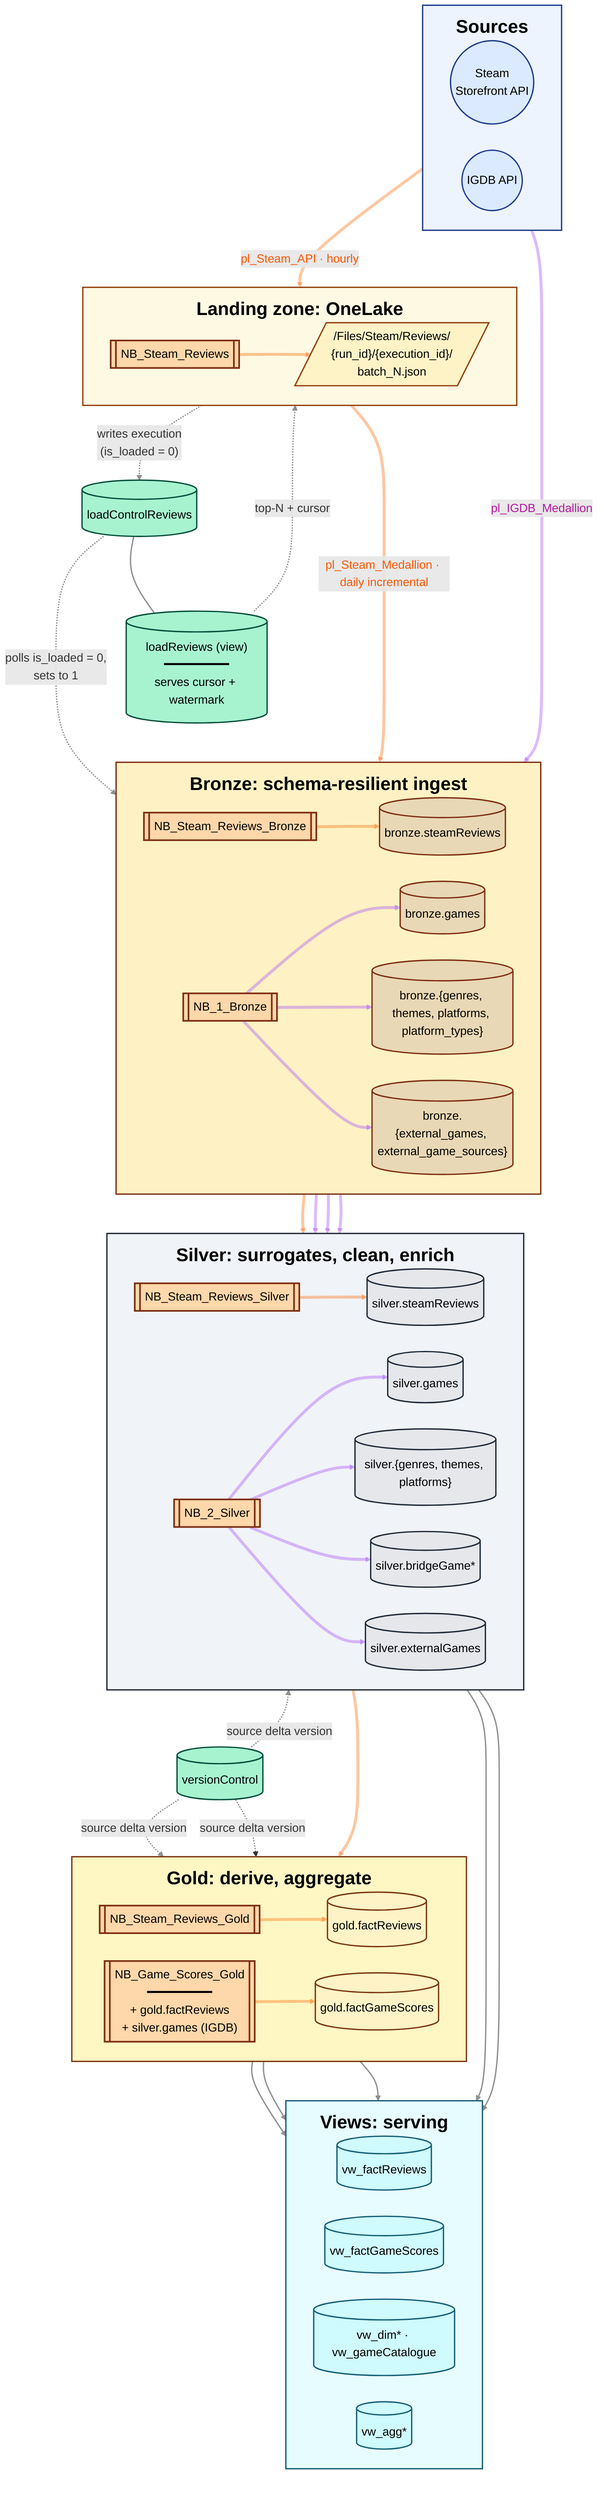
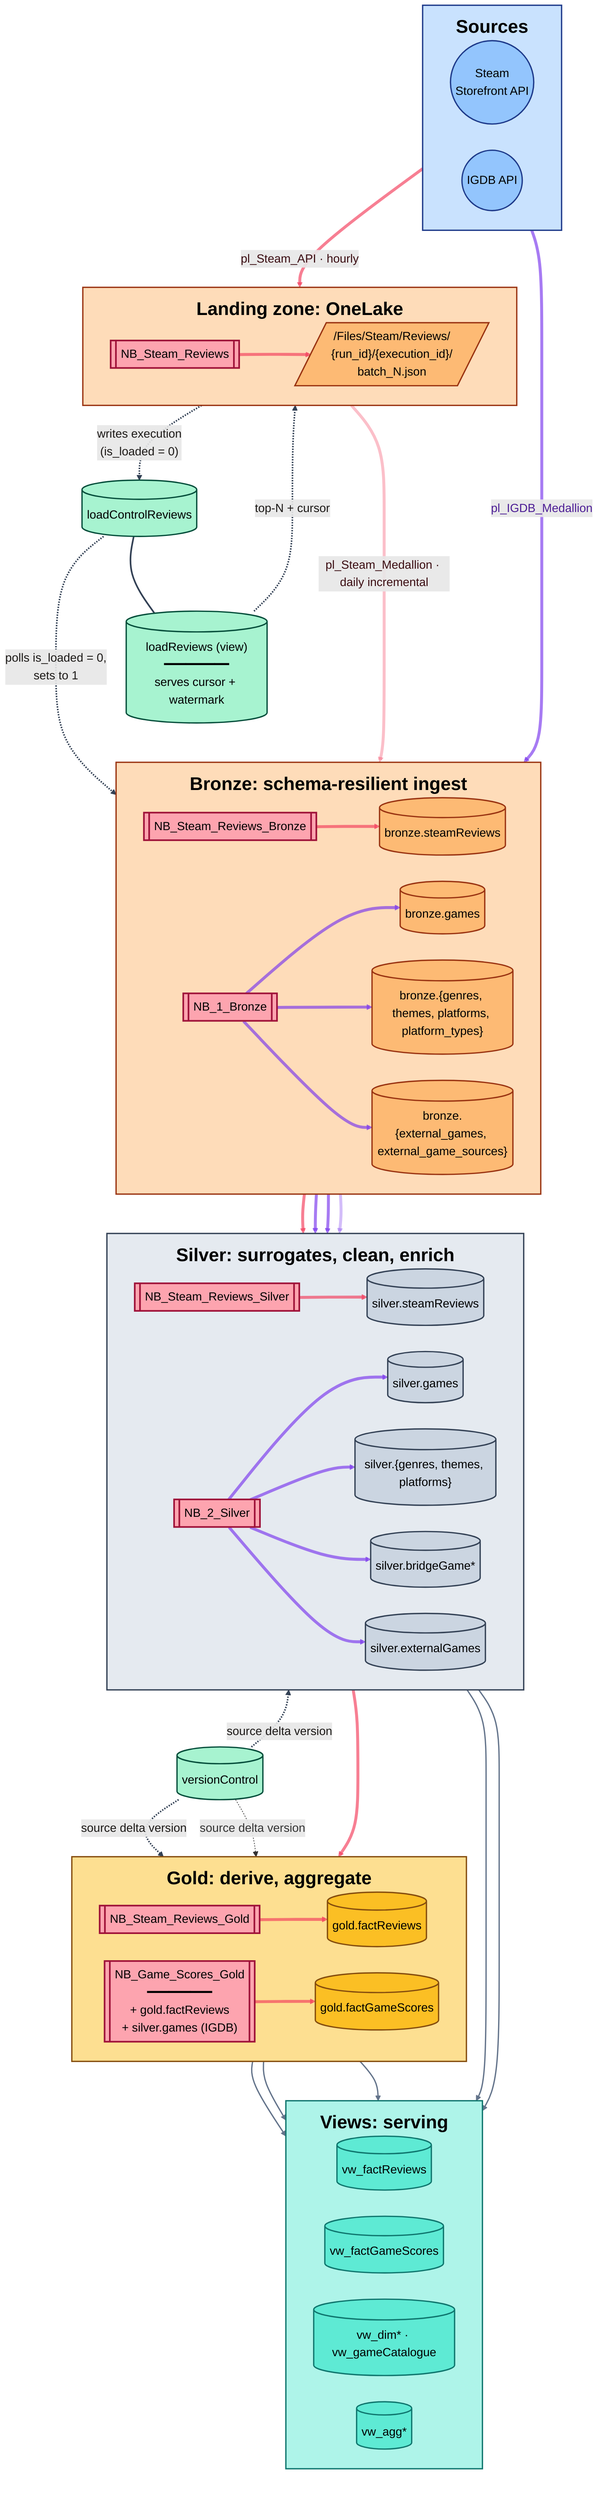
%%{init: {'themeVariables':{'fontSize':'18px'}, 'flowchart':{'curve':'basis', 'nodeSpacing':40, 'rankSpacing':60, 'subGraphTitleMargin':{'top':12,'bottom':12}}}}%%
flowchart TB

  subgraph SRC["<span style='font-size:28px;font-weight:700;color:#000'>Sources</span>"]
    direction LR
    SteamAPI(("Steam<br/>Storefront API"))
    IGDBAPI(("IGDB API"))
  end

  subgraph LAND["<span style='font-size:28px;font-weight:700;color:#000'>Landing zone: OneLake</span>"]
    direction LR
    NB_API[["NB_Steam_Reviews"]]
    LZ[/"/Files/Steam/Reviews/<br/>{run_id}/{execution_id}/<br/>batch_N.json"/]
  end

  subgraph BRZ["<span style='font-size:28px;font-weight:700;color:#000'>Bronze: schema-resilient ingest</span>"]
    direction LR
    NB_BRZ[["NB_Steam_Reviews_Bronze"]]
    NB_IGDB_B[["NB_1_Bronze"]]
    BSR[("bronze.steamReviews")]
    BG[("bronze.games")]
    BGTP[("bronze.{genres, themes, platforms, platform_types}")]
    BEX[("bronze.{external_games, external_game_sources}")]
  end

  subgraph SLV["<span style='font-size:28px;font-weight:700;color:#000'>Silver: surrogates, clean, enrich</span>"]
    direction LR
    NB_SLV[["NB_Steam_Reviews_Silver"]]
    NB_IGDB_S[["NB_2_Silver"]]
    SSR[("silver.steamReviews")]
    SG[("silver.games")]
    SGTP[("silver.{genres, themes, platforms}")]
    SBR[("silver.bridgeGame*")]
    SEX[("silver.externalGames")]
  end

  subgraph GLD["<span style='font-size:28px;font-weight:700;color:#000'>Gold: derive, aggregate</span>"]
    direction LR
    NB_GR[["NB_Steam_Reviews_Gold"]]
    NB_GS[["NB_Game_Scores_Gold<br/>━━━━━━━━━<br/>+ gold.factReviews<br/>+ silver.games (IGDB)"]]
    GFR[("gold.factReviews")]
    GFGS[("gold.factGameScores")]
  end

  subgraph VWS["<span style='font-size:28px;font-weight:700;color:#000'>Views: serving</span>"]
    direction LR
    VFR[("vw_factReviews")]
    VFGS[("vw_factGameScores")]
    VDIM[("vw_dim* · vw_gameCatalogue")]
    VAGG[("vw_agg*")]
  end

  %% Audit warehouse — control plane (floating, off-axis)
  LRV[("loadReviews (view)<br/>━━━━━━━━━<br/>serves cursor + watermark")]
  LCR[("loadControlReviews")]
  VC[("versionControl")]

  SteamAPI ==>|"pl_Steam_API · hourly"| NB_API
  NB_API   ==> LZ

  LZ      ==>|"pl_Steam_Medallion · daily incremental"| NB_BRZ
  NB_BRZ  ==> BSR
  BSR     ==> NB_SLV
  NB_SLV  ==> SSR
  SSR     ==> NB_GR
  NB_GR   ==> GFR
  NB_GS   ==> GFGS

  IGDBAPI   ==>|"pl_IGDB_Medallion"| NB_IGDB_B
  NB_IGDB_B ==> BG
  NB_IGDB_B ==> BGTP
  NB_IGDB_B ==> BEX
  BG        --> NB_IGDB_S
  BGTP      --> NB_IGDB_S
  BEX       --> NB_IGDB_S
  NB_IGDB_S ==> SG
  NB_IGDB_S ==> SGTP
  NB_IGDB_S ==> SBR
  NB_IGDB_S ==> SEX

  GFR  --> VFR
  GFGS --> VFGS
  SG   --> VDIM
  SGTP --> VDIM
  GFGS --> VAGG

  LCR    --- LRV
  LRV    -.->|"top-N + cursor"| NB_API
  NB_API -.->|"writes execution<br/>(is_loaded = 0)"| LCR
  LCR    -.->|"polls is_loaded = 0,<br/>sets to 1"| NB_BRZ
  VC     -.->|"source delta version"| NB_SLV
  VC     -.->|"source delta version"| NB_GR
  VC     -.->|"source delta version"| NB_GS


  LRV ~~~ NB_IGDB_B
  LRV ~~~ LCR
  LCR ~~~ BRZ
  SSR ~~~ VC
  VC ~~~ NB_GS
  SGTP ~~~ NB_GS

-   %% Pipeline color coding (40% opacity so they don't obscure subgraph titles)
-   linkStyle 0,1,2,3,4,5,6,7,8 stroke:#f9731666,stroke-width:4.5px,color:#FF5500
-   linkStyle 9,10,11,12,13,14,15,16,17,18,19 stroke:#a855f766,stroke-width:4.5px,color:#B5179E
-   linkStyle 20,21,22,23,24 stroke:#8e8e93,stroke-width:2px,color:#0284c7
+   %% Pipeline color coding — rose=Steam, violet=IGDB, slate=views + control plane
+   linkStyle 0,1,3,4,5,6,7,8 stroke:#f43f5eaa,stroke-width:4.5px,color:#3b0d12
+   linkStyle 9,10,11,12,13,14,16,17,18,19 stroke:#7c3aedaa,stroke-width:4.5px,color:#4c1d95
+   linkStyle 20,21,22,23,24 stroke:#64748b,stroke-width:2px,color:#1c1917

-   %% Clean, straight style for the audit control plane and VC connections
-   linkStyle 25,26,27,28,29,30 stroke:#8e8e93,stroke-width:2px
+   %% Title-clearance overrides: lower alpha on edges that intersect subgraph titles
+   linkStyle 2 stroke:#f43f5e55,stroke-width:4.5px,color:#3b0d12
+   linkStyle 15 stroke:#7c3aed55,stroke-width:4.5px,color:#4c1d95

-   classDef source     fill:#dbeafe,stroke:#1e3a8a,stroke-width:2px,color:#000
-   classDef landingFile fill:#fef3c7,stroke:#92400e,stroke-width:2px,color:#000
-   classDef bronzeT    fill:#e9d8b5,stroke:#7c2d12,stroke-width:2px,color:#000
-   classDef silverT    fill:#e5e7eb,stroke:#1f2937,stroke-width:2px,color:#000
-   classDef goldT      fill:#fef3c7,stroke:#78350f,stroke-width:2px,color:#000
-   classDef viewT      fill:#cffafe,stroke:#155e75,stroke-width:2px,color:#000
-   classDef notebook   fill:#fed7aa,stroke:#7c2d12,stroke-width:2.5px,color:#000
+   %% Audit control plane + VC connections — deepened for dark-mode visibility against silver subgraph
+   linkStyle 25,26,27,28,29,30 stroke:#334155,stroke-width:2.5px,color:#1c1917
+ 
+   %% Node fills — saturated mid-tone, readable on white AND dark backgrounds
+   classDef source     fill:#93c5fd,stroke:#1e3a8a,stroke-width:2px,color:#000
+   classDef landingFile fill:#fdba74,stroke:#9a3412,stroke-width:2px,color:#000
+   classDef bronzeT    fill:#fdba74,stroke:#9a3412,stroke-width:2px,color:#000
+   classDef silverT    fill:#cbd5e1,stroke:#334155,stroke-width:2px,color:#000
+   classDef goldT      fill:#fbbf24,stroke:#854d0e,stroke-width:2px,color:#000
+   classDef viewT      fill:#5eead4,stroke:#0f766e,stroke-width:2px,color:#000
+   classDef notebook   fill:#fda4af,stroke:#9f1239,stroke-width:2.5px,color:#000
  classDef audit      fill:#a7f3d0,stroke:#064e3b,stroke-width:2px,color:#000

  class SteamAPI,IGDBAPI source
  class LZ landingFile
  class BSR,BG,BGTP,BEX bronzeT
  class SSR,SG,SGTP,SBR,SEX silverT
  class GFR,GFGS goldT
  class VFR,VFGS,VDIM,VAGG viewT
  class NB_API,NB_BRZ,NB_SLV,NB_GR,NB_GS,NB_IGDB_B,NB_IGDB_S notebook
  class LRV,LCR,VC audit

-   %% Subgraph styles — Tailwind 100/200 palette, full opacity, cleaner pastels
-   style SRC  fill:#dbeafe80,stroke:#1e3a8a,stroke-width:2px
-   style LAND fill:#fef3c780,stroke:#92400e,stroke-width:2px
-   style BRZ  fill:#fde68a80,stroke:#7c2d12,stroke-width:2px
-   style SLV  fill:#e2e8f080,stroke:#1f2937,stroke-width:2px
-   style GLD  fill:#fef08a80,stroke:#78350f,stroke-width:2px
-   style VWS  fill:#cffafe80,stroke:#155e75,stroke-width:2px
+   %% Subgraph fills — 50% opacity of the node color
+   style SRC  fill:#93c5fd80,stroke:#1e3a8a,stroke-width:2px
+   style LAND fill:#fdba7480,stroke:#9a3412,stroke-width:2px
+   style BRZ  fill:#fdba7480,stroke:#9a3412,stroke-width:2px
+   style SLV  fill:#cbd5e180,stroke:#334155,stroke-width:2px
+   style GLD  fill:#fbbf2480,stroke:#854d0e,stroke-width:2px
+   style VWS  fill:#5eead480,stroke:#0f766e,stroke-width:2px
